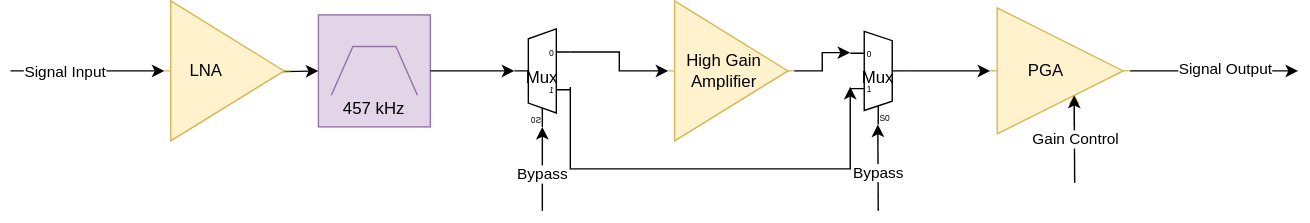
Before: .diagrams/receiver-analog-front-end.drawio.svg, a diagram exported from draw.io (Avy-Dawgs/system-definition). Source tidied: cells renumbered, new cells last; positions are measured from the earlier drawing's top-left corner, leaving out a move shared by most shapes.
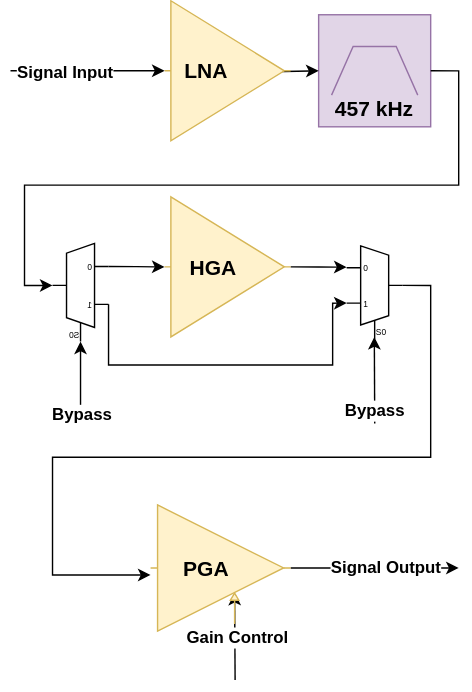
Above is the later version.

Change to the diagram source:
```diff
@@ -2,9 +2,6 @@
   <root>
     <mxCell id="0" />
     <mxCell id="1" parent="0" />
-    <mxCell id="2" style="verticalLabelPosition=bottom;shadow=0;dashed=0;align=center;html=1;verticalAlign=top;shape=mxgraph.electrical.abstract.amplifier;fillColor=#fff2cc;strokeColor=#d6b656;" parent="1" vertex="1">
-      <mxGeometry x="470" width="90" height="100" as="geometry" />
-    </mxCell>
     <mxCell id="3" style="verticalLabelPosition=bottom;shadow=0;dashed=0;align=center;html=1;verticalAlign=top;shape=mxgraph.electrical.logic_gates.bandpass_filter;fillColor=#e1d5e7;strokeColor=#9673a6;" parent="1" vertex="1">
       <mxGeometry x="220" y="10" width="80" height="80" as="geometry" />
     </mxCell>
@@ -13,22 +10,13 @@
         <mxPoint x="170" y="50" as="sourcePoint" />
       </mxGeometry>
     </mxCell>
-    <mxCell id="5" style="verticalLabelPosition=bottom;shadow=0;dashed=0;align=center;html=1;verticalAlign=top;shape=mxgraph.electrical.abstract.controlled_amplifier;fillColor=#fff2cc;strokeColor=#d6b656;" parent="1" vertex="1">
-      <mxGeometry x="700" y="5" width="100" height="90" as="geometry" />
-    </mxCell>
     <mxCell id="6" style="verticalLabelPosition=bottom;shadow=0;dashed=0;align=center;html=1;verticalAlign=top;shape=mxgraph.electrical.abstract.amplifier;fillColor=#fff2cc;strokeColor=#d6b656;" parent="1" vertex="1">
       <mxGeometry x="110" width="90" height="100" as="geometry" />
     </mxCell>
-    <mxCell id="7" value="&lt;font style=&quot;font-size: 12px;&quot;&gt;LNA&lt;/font&gt;" style="text;strokeColor=none;align=center;fillColor=none;html=1;verticalAlign=middle;whiteSpace=wrap;rounded=0;" parent="1" vertex="1">
+    <mxCell id="7" value="&lt;font size=&quot;1&quot; style=&quot;&quot;&gt;&lt;b style=&quot;font-size: 15px;&quot;&gt;LNA&lt;/b&gt;&lt;/font&gt;" style="text;strokeColor=none;align=center;fillColor=none;html=1;verticalAlign=middle;whiteSpace=wrap;rounded=0;" parent="1" vertex="1">
       <mxGeometry x="110" y="35" width="60" height="30" as="geometry" />
     </mxCell>
-    <mxCell id="8" value="&lt;font style=&quot;font-size: 12px;&quot;&gt;High Gain Amplifier&lt;/font&gt;" style="text;strokeColor=none;align=center;fillColor=none;html=1;verticalAlign=middle;whiteSpace=wrap;rounded=0;" parent="1" vertex="1">
-      <mxGeometry x="480" y="35" width="60" height="30" as="geometry" />
-    </mxCell>
-    <mxCell id="9" value="&lt;font style=&quot;font-size: 12px;&quot;&gt;PGA&lt;/font&gt;" style="text;strokeColor=none;align=center;fillColor=none;html=1;verticalAlign=middle;whiteSpace=wrap;rounded=0;" parent="1" vertex="1">
-      <mxGeometry x="710" y="35" width="60" height="30" as="geometry" />
-    </mxCell>
-    <mxCell id="10" value="&lt;font style=&quot;font-size: 12px;&quot;&gt;457 kHz&lt;/font&gt;" style="text;strokeColor=none;align=center;fillColor=none;html=1;verticalAlign=middle;whiteSpace=wrap;rounded=0;" parent="1" vertex="1">
+    <mxCell id="10" value="&lt;span style=&quot;font-size: 15px;&quot;&gt;&lt;b&gt;457 kHz&lt;/b&gt;&lt;/span&gt;" style="text;strokeColor=none;align=center;fillColor=none;html=1;verticalAlign=middle;whiteSpace=wrap;rounded=0;" parent="1" vertex="1">
       <mxGeometry x="230" y="61.5" width="60" height="30" as="geometry" />
     </mxCell>
     <mxCell id="11" style="endArrow=classic;html=1;rounded=0;entryX=0;entryY=0.5;entryDx=0;entryDy=0;" parent="1" edge="1" target="7">
@@ -36,67 +24,98 @@
         <mxPoint y="50" as="sourcePoint" />
       </mxGeometry>
     </mxCell>
-    <mxCell id="12" value="Signal Input" style="edgeLabel;html=1;align=center;verticalAlign=middle;" parent="11" vertex="1">
+    <mxCell id="12" value="&lt;b&gt;&lt;font style=&quot;font-size: 12px;&quot;&gt;Signal Input&lt;/font&gt;&lt;/b&gt;" style="edgeLabel;html=1;align=center;verticalAlign=middle;" parent="11" vertex="1">
       <mxGeometry x="-0.29" y="-1" relative="1" as="geometry" />
     </mxCell>
     <mxCell id="13" style="endArrow=classic;html=1;rounded=0;exitX=1;exitY=0.5;exitDx=0;exitDy=0;exitPerimeter=0;" parent="1" edge="1" source="5">
       <mxGeometry relative="1" as="geometry">
-        <mxPoint x="920" y="50" as="targetPoint" />
+        <mxPoint x="320" y="405" as="targetPoint" />
       </mxGeometry>
     </mxCell>
-    <mxCell id="14" value="Signal Output" style="edgeLabel;html=1;align=center;verticalAlign=middle;" parent="13" vertex="1">
+    <mxCell id="14" value="&lt;font style=&quot;font-size: 12px;&quot;&gt;&lt;b&gt;Signal Output&lt;/b&gt;&lt;/font&gt;" style="edgeLabel;html=1;align=center;verticalAlign=middle;" parent="13" vertex="1">
       <mxGeometry x="0.12" y="1" relative="1" as="geometry" />
     </mxCell>
     <mxCell id="15" style="endArrow=classic;html=1;rounded=0;entryX=0.6;entryY=0.696;entryDx=0;entryDy=0;entryPerimeter=0;" parent="1" edge="1" target="5">
       <mxGeometry relative="1" as="geometry">
-        <mxPoint x="760.4" y="130" as="sourcePoint" />
+        <mxPoint x="160.4" y="485" as="sourcePoint" />
       </mxGeometry>
     </mxCell>
-    <mxCell id="16" value="Gain Control" style="edgeLabel;html=1;align=center;verticalAlign=middle;" parent="15" vertex="1">
+    <mxCell id="16" value="&lt;b&gt;&lt;font style=&quot;font-size: 12px;&quot;&gt;Gain Control&lt;/font&gt;&lt;/b&gt;" style="edgeLabel;html=1;align=center;verticalAlign=middle;" parent="15" vertex="1">
       <mxGeometry x="-0.02" y="-1" relative="1" as="geometry" />
     </mxCell>
-    <mxCell id="17" style="edgeStyle=orthogonalEdgeStyle;rounded=0;jettySize=auto;html=1;exitX=0;exitY=0.5499999999999999;exitDx=0;exitDy=3;exitPerimeter=0;entryX=0;entryY=0.5499999999999999;entryDx=0;entryDy=3;entryPerimeter=0;" parent="1" edge="1" source="18" target="20">
-      <mxGeometry relative="1" as="geometry">
-        <Array as="points">
-          <mxPoint x="400" y="120" />
-          <mxPoint x="600" y="120" />
-        </Array>
-      </mxGeometry>
-    </mxCell>
+    <mxCell id="23" style="edgeStyle=orthogonalEdgeStyle;rounded=0;jettySize=auto;html=1;exitX=0;exitY=0.19285714285714287;exitDx=0;exitDy=3;exitPerimeter=0;" parent="1" edge="1" source="18" target="2">
+      <mxGeometry relative="1" as="geometry" />
+    </mxCell>
-    <mxCell id="18" value="Mux" style="shadow=0;dashed=0;align=center;html=1;strokeWidth=1;shape=mxgraph.electrical.abstract.mux2;whiteSpace=wrap;flipH=1;" parent="1" vertex="1">
-      <mxGeometry x="360" y="20" width="40" height="70" as="geometry" />
+    <mxCell id="18" style="shadow=0;dashed=0;align=center;html=1;strokeWidth=1;shape=mxgraph.electrical.abstract.mux2;whiteSpace=wrap;flipH=0;flipV=1;rotation=-180;" parent="1" vertex="1">
+      <mxGeometry x="30" y="173.2" width="40" height="70" as="geometry" />
     </mxCell>
     <mxCell id="19" style="edgeStyle=orthogonalEdgeStyle;rounded=0;jettySize=auto;html=1;exitX=1;exitY=0.5;exitDx=0;exitDy=0;exitPerimeter=0;entryX=1;entryY=0.5;entryDx=0;entryDy=-5;entryPerimeter=0;" parent="1" edge="1" source="3" target="18">
       <mxGeometry relative="1" as="geometry" />
     </mxCell>
+    <mxCell id="28" style="edgeStyle=orthogonalEdgeStyle;rounded=0;jettySize=auto;html=1;exitX=1;exitY=0.5;exitDx=0;exitDy=-5;exitPerimeter=0;" parent="1" edge="1" source="20">
+      <mxGeometry relative="1" as="geometry">
+        <mxPoint x="100" y="410" as="targetPoint" />
+        <Array as="points">
+          <mxPoint x="300" y="203" />
+          <mxPoint x="300" y="326" />
+          <mxPoint x="30" y="326" />
+          <mxPoint x="30" y="410" />
+        </Array>
+      </mxGeometry>
+    </mxCell>
-    <mxCell id="20" value="Mux" style="shadow=0;dashed=0;align=center;html=1;strokeWidth=1;shape=mxgraph.electrical.abstract.mux2;whiteSpace=wrap;" parent="1" vertex="1">
-      <mxGeometry x="600" y="21.8" width="40" height="66.5" as="geometry" />
+    <mxCell id="20" style="shadow=0;dashed=0;align=center;html=1;strokeWidth=1;shape=mxgraph.electrical.abstract.mux2;whiteSpace=wrap;" parent="1" vertex="1">
+      <mxGeometry x="240" y="175" width="40" height="66.5" as="geometry" />
     </mxCell>
     <mxCell id="21" style="edgeStyle=orthogonalEdgeStyle;rounded=0;jettySize=auto;html=1;exitX=1;exitY=0.5;exitDx=0;exitDy=0;exitPerimeter=0;entryX=0;entryY=0.18333333333333332;entryDx=0;entryDy=3;entryPerimeter=0;" parent="1" edge="1" source="2" target="20">
       <mxGeometry relative="1" as="geometry" />
     </mxCell>
-    <mxCell id="22" style="edgeStyle=orthogonalEdgeStyle;rounded=0;jettySize=auto;html=1;exitX=1;exitY=0.5;exitDx=0;exitDy=-5;exitPerimeter=0;entryX=0;entryY=0.5;entryDx=0;entryDy=0;entryPerimeter=0;" parent="1" edge="1" source="20" target="5">
-      <mxGeometry relative="1" as="geometry" />
-    </mxCell>
-    <mxCell id="23" style="edgeStyle=orthogonalEdgeStyle;rounded=0;jettySize=auto;html=1;exitX=0;exitY=0.19285714285714287;exitDx=0;exitDy=3;exitPerimeter=0;entryX=0;entryY=0.5;entryDx=0;entryDy=0;entryPerimeter=0;" parent="1" edge="1" source="18" target="2">
-      <mxGeometry relative="1" as="geometry" />
-    </mxCell>
     <mxCell id="24" style="endArrow=classic;html=1;rounded=0;entryX=0.25;entryY=1;entryDx=10;entryDy=0;entryPerimeter=0;" parent="1" edge="1" target="18">
       <mxGeometry relative="1" as="geometry">
-        <mxPoint x="380" y="150" as="sourcePoint" />
+        <mxPoint x="50" y="290" as="sourcePoint" />
       </mxGeometry>
     </mxCell>
-    <mxCell id="25" value="Bypass" style="edgeLabel;html=1;align=center;verticalAlign=middle;" parent="24" vertex="1">
-      <mxGeometry x="-0.12" relative="1" as="geometry" />
+    <mxCell id="25" value="&lt;font style=&quot;font-size: 12px;&quot;&gt;&lt;b&gt;Bypass&lt;/b&gt;&lt;/font&gt;" style="edgeLabel;html=1;align=center;verticalAlign=middle;" parent="24" vertex="1">
+      <mxGeometry x="-0.12" relative="1" as="geometry">
+        <mxPoint y="27" as="offset" />
+      </mxGeometry>
     </mxCell>
     <mxCell id="26" style="endArrow=classic;html=1;rounded=0;entryX=0.25;entryY=1;entryDx=10;entryDy=0;entryPerimeter=0;" parent="1" edge="1">
       <mxGeometry relative="1" as="geometry">
-        <mxPoint x="620" y="150" as="sourcePoint" />
-        <mxPoint x="619.7" y="88.2" as="targetPoint" />
+        <mxPoint x="260" y="301.8" as="sourcePoint" />
+        <mxPoint x="259.8" y="240" as="targetPoint" />
       </mxGeometry>
     </mxCell>
-    <mxCell id="27" value="Bypass" style="edgeLabel;html=1;align=center;verticalAlign=middle;" parent="26" vertex="1">
-      <mxGeometry x="-0.12" relative="1" as="geometry" />
+    <mxCell id="27" value="&lt;font style=&quot;font-size: 12px;&quot;&gt;&lt;b&gt;Bypass&lt;/b&gt;&lt;/font&gt;" style="edgeLabel;html=1;align=center;verticalAlign=middle;" parent="26" vertex="1">
+      <mxGeometry x="-0.12" relative="1" as="geometry">
+        <mxPoint y="18" as="offset" />
+      </mxGeometry>
     </mxCell>
+    <mxCell id="17" style="edgeStyle=orthogonalEdgeStyle;rounded=0;jettySize=auto;html=1;exitX=0;exitY=0.5785714285714286;exitDx=0;exitDy=3;exitPerimeter=0;entryX=0;entryY=0.5695488721804511;entryDx=0;entryDy=3;entryPerimeter=0;" parent="1" edge="1" source="18" target="20">
+      <mxGeometry relative="1" as="geometry">
+        <Array as="points">
+          <mxPoint x="70" y="260" />
+          <mxPoint x="230" y="260" />
+          <mxPoint x="230" y="216" />
+        </Array>
+      </mxGeometry>
+    </mxCell>
+    <mxCell id="29" style="group;" parent="1" vertex="1">
+      <mxGeometry x="110" y="140" width="90" height="100" as="geometry" />
+    </mxCell>
+    <mxCell id="2" style="verticalLabelPosition=bottom;shadow=0;dashed=0;align=center;html=1;verticalAlign=top;shape=mxgraph.electrical.abstract.amplifier;fillColor=#fff2cc;strokeColor=#d6b656;" parent="29" vertex="1">
+      <mxGeometry width="90" height="100" as="geometry" />
+    </mxCell>
+    <mxCell id="8" value="&lt;font style=&quot;font-size: 15px;&quot;&gt;&lt;b&gt;HGA&lt;/b&gt;&lt;/font&gt;" style="text;strokeColor=none;align=center;fillColor=none;html=1;verticalAlign=middle;whiteSpace=wrap;rounded=0;" parent="29" vertex="1">
+      <mxGeometry x="5" y="35" width="60" height="30" as="geometry" />
+    </mxCell>
+    <mxCell id="30" style="group;" parent="1" vertex="1">
+      <mxGeometry x="100" y="360" width="100" height="90" as="geometry" />
+    </mxCell>
+    <mxCell id="5" style="verticalLabelPosition=bottom;shadow=0;dashed=0;align=center;html=1;verticalAlign=top;shape=mxgraph.electrical.abstract.controlled_amplifier;fillColor=#fff2cc;strokeColor=#d6b656;" parent="30" vertex="1">
+      <mxGeometry width="100" height="90" as="geometry" />
+    </mxCell>
+    <mxCell id="9" value="&lt;font size=&quot;1&quot; style=&quot;&quot;&gt;&lt;b style=&quot;font-size: 15px;&quot;&gt;PGA&lt;/b&gt;&lt;/font&gt;" style="text;strokeColor=none;align=center;fillColor=none;html=1;verticalAlign=middle;whiteSpace=wrap;rounded=0;" parent="30" vertex="1">
+      <mxGeometry x="10" y="30" width="60" height="30" as="geometry" />
+    </mxCell>
   </root>
 </mxGraphModel>
```
